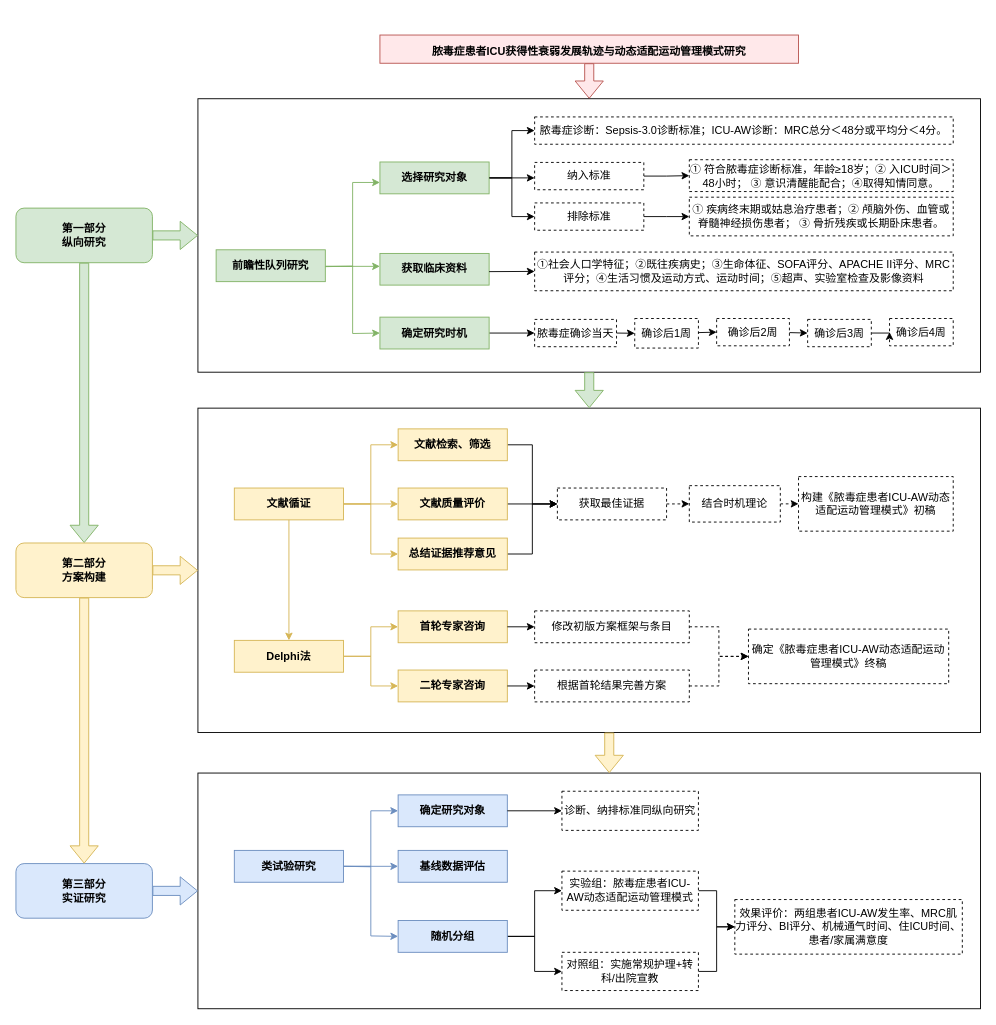
This is 架构图.drawio from p1o2p3u1/draw_io_diagram, a draw.io file, before an edit. Source tidied: cells renumbered, new cells numbered last; positions are measured from the earlier drawing's top-left corner, leaving out a move shared by most shapes. Both pictures are drawn from the tidied source at 91%, with x=0, y=0 at pixel (15, 35).
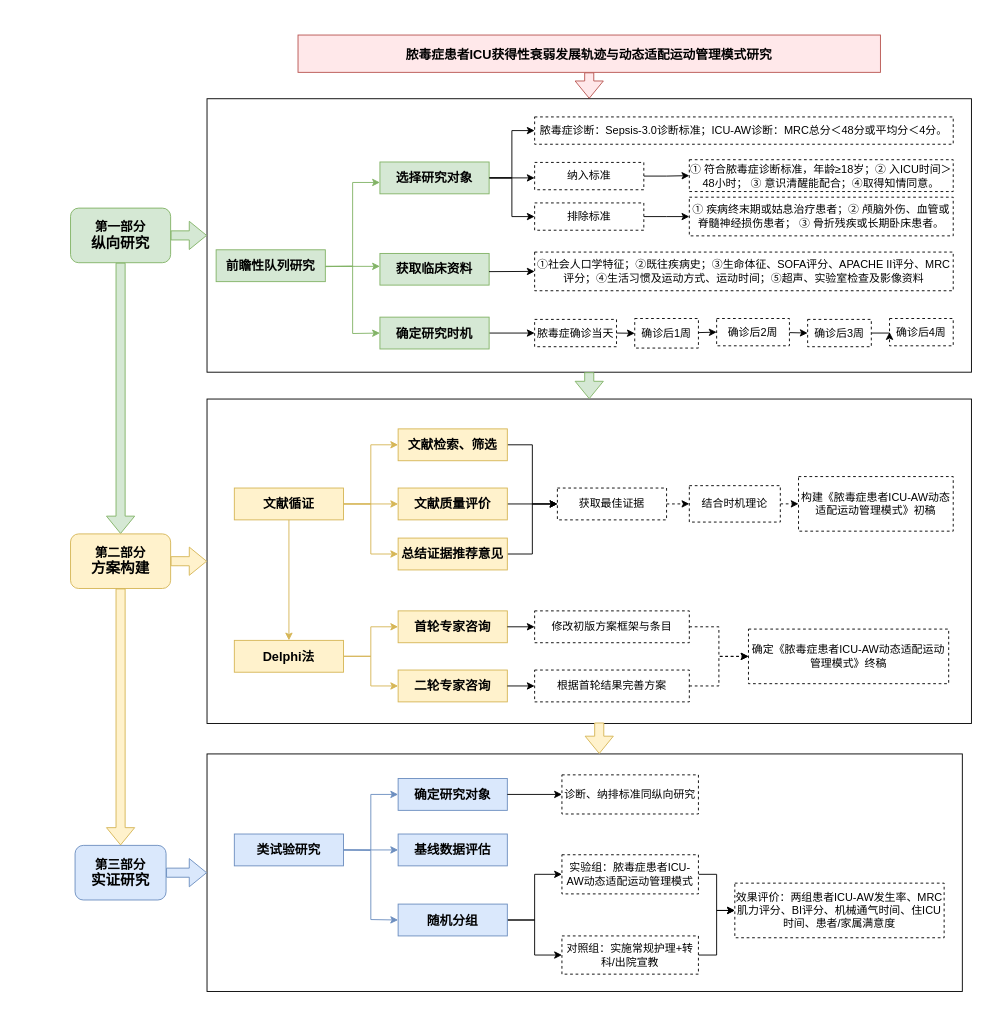
The same page after the edit.

Commit message:
更新架构图.drawio

What changed in the source:
```diff
@@
     <mxCell id="2" style="rounded=0;whiteSpace=wrap;html=1;" parent="1" vertex="1">
-      <mxGeometry x="200" y="811" width="860" height="259" as="geometry" />
+      <mxGeometry x="210" y="790" width="830" height="261" as="geometry" />
     </mxCell>
     <mxCell id="3" style="rounded=0;whiteSpace=wrap;html=1;" parent="1" vertex="1">
-      <mxGeometry x="200" y="410" width="860" height="356.5" as="geometry" />
+      <mxGeometry x="210" y="400" width="840" height="356.5" as="geometry" />
     </mxCell>
@@
     <mxCell id="5" style="rounded=0;whiteSpace=wrap;html=1;" parent="1" vertex="1">
-      <mxGeometry x="200" y="70" width="860" height="300.5" as="geometry" />
+      <mxGeometry x="210" y="70" width="840" height="300.5" as="geometry" />
     </mxCell>
-    <mxCell id="6" value="&lt;b&gt;第一部分&lt;/b&gt;&lt;div&gt;&lt;b&gt;纵向研究&lt;/b&gt;&lt;/div&gt;" style="rounded=1;whiteSpace=wrap;html=1;fillColor=#d5e8d4;strokeColor=#82b366;" parent="1" vertex="1">
-      <mxGeometry y="190.2" width="150" height="60" as="geometry" />
+    <mxCell id="6" value="&lt;b&gt;&lt;font style=&quot;font-size: 14px;&quot;&gt;第一部分&lt;/font&gt;&lt;/b&gt;&lt;div&gt;&lt;b&gt;&lt;font size=&quot;3&quot;&gt;纵向研究&lt;/font&gt;&lt;/b&gt;&lt;/div&gt;" style="rounded=1;whiteSpace=wrap;html=1;fillColor=#d5e8d4;strokeColor=#82b366;" parent="1" vertex="1">
+      <mxGeometry x="60" y="190.2" width="110" height="60" as="geometry" />
     </mxCell>
@@
-    <mxCell id="9" value="&lt;b&gt;前瞻性队列研究&lt;/b&gt;" style="rounded=0;whiteSpace=wrap;html=1;fillColor=#d5e8d4;strokeColor=#82b366;" parent="1" vertex="1">
+    <mxCell id="9" value="&lt;b&gt;&lt;font style=&quot;font-size: 14px;&quot;&gt;前瞻性队列研究&lt;/font&gt;&lt;/b&gt;" style="rounded=0;whiteSpace=wrap;html=1;fillColor=#d5e8d4;strokeColor=#82b366;" parent="1" vertex="1">
       <mxGeometry x="220" y="236" width="120" height="35" as="geometry" />
     </mxCell>
@@
-    <mxCell id="12" value="&lt;b&gt;选择研究对象&lt;/b&gt;" style="rounded=0;whiteSpace=wrap;html=1;fillColor=#d5e8d4;strokeColor=#82b366;" parent="1" vertex="1">
+    <mxCell id="12" value="&lt;b&gt;&lt;font style=&quot;font-size: 14px;&quot;&gt;选择研究对象&lt;/font&gt;&lt;/b&gt;" style="rounded=0;whiteSpace=wrap;html=1;fillColor=#d5e8d4;strokeColor=#82b366;" parent="1" vertex="1">
       <mxGeometry x="400" y="139.5" width="120" height="35" as="geometry" />
     </mxCell>
-    <mxCell id="13" value="&lt;b&gt;获取临床资料&lt;/b&gt;" style="rounded=0;whiteSpace=wrap;html=1;fillColor=#d5e8d4;strokeColor=#82b366;" parent="1" vertex="1">
+    <mxCell id="13" value="&lt;b&gt;&lt;font style=&quot;font-size: 14px;&quot;&gt;获取临床资料&lt;/font&gt;&lt;/b&gt;" style="rounded=0;whiteSpace=wrap;html=1;fillColor=#d5e8d4;strokeColor=#82b366;" parent="1" vertex="1">
       <mxGeometry x="400" y="240" width="120" height="34.8" as="geometry" />
     </mxCell>
@@
-    <mxCell id="15" value="&lt;b&gt;确定研究时机&lt;/b&gt;" style="rounded=0;whiteSpace=wrap;html=1;fillColor=#d5e8d4;strokeColor=#82b366;" parent="1" vertex="1">
+    <mxCell id="15" value="&lt;b&gt;&lt;font style=&quot;font-size: 14px;&quot;&gt;确定研究时机&lt;/font&gt;&lt;/b&gt;" style="rounded=0;whiteSpace=wrap;html=1;fillColor=#d5e8d4;strokeColor=#82b366;" parent="1" vertex="1">
       <mxGeometry x="400" y="310" width="120" height="35" as="geometry" />
     </mxCell>
@@
-    <mxCell id="17" value="&lt;b&gt;第二部分&lt;/b&gt;&lt;div&gt;&lt;b&gt;方案构建&lt;/b&gt;&lt;/div&gt;" style="rounded=1;whiteSpace=wrap;html=1;fillColor=#fff2cc;strokeColor=#d6b656;fillStyle=auto;" parent="1" vertex="1">
-      <mxGeometry y="558.2" width="150" height="60" as="geometry" />
+    <mxCell id="17" value="&lt;b&gt;&lt;font style=&quot;font-size: 14px;&quot;&gt;第二部分&lt;/font&gt;&lt;/b&gt;&lt;div&gt;&lt;b&gt;&lt;font size=&quot;3&quot;&gt;方案构建&lt;/font&gt;&lt;/b&gt;&lt;/div&gt;" style="rounded=1;whiteSpace=wrap;html=1;fillColor=#fff2cc;strokeColor=#d6b656;fillStyle=auto;" parent="1" vertex="1">
+      <mxGeometry x="60" y="548.2" width="110" height="60" as="geometry" />
     </mxCell>
@@
-    <mxCell id="21" value="&lt;b&gt;文献循证&lt;/b&gt;" style="rounded=0;whiteSpace=wrap;html=1;fillColor=#fff2cc;strokeColor=#d6b656;" parent="1" vertex="1">
+    <mxCell id="21" value="&lt;b&gt;&lt;font style=&quot;font-size: 14px;&quot;&gt;文献循证&lt;/font&gt;&lt;/b&gt;" style="rounded=0;whiteSpace=wrap;html=1;fillColor=#fff2cc;strokeColor=#d6b656;" parent="1" vertex="1">
       <mxGeometry x="240" y="497.8" width="120" height="35" as="geometry" />
     </mxCell>
@@
-    <mxCell id="23" value="&lt;b&gt;文献检索、筛选&lt;/b&gt;" style="rounded=0;whiteSpace=wrap;html=1;fillColor=#fff2cc;strokeColor=#d6b656;" parent="1" vertex="1">
+    <mxCell id="23" value="&lt;b&gt;&lt;font style=&quot;font-size: 14px;&quot;&gt;文献检索、筛选&lt;/font&gt;&lt;/b&gt;" style="rounded=0;whiteSpace=wrap;html=1;fillColor=#fff2cc;strokeColor=#d6b656;" parent="1" vertex="1">
       <mxGeometry x="420" y="432.8" width="120" height="35" as="geometry" />
     </mxCell>
@@
-    <mxCell id="25" value="&lt;b&gt;文献质量评价&lt;/b&gt;" style="rounded=0;whiteSpace=wrap;html=1;fillColor=#fff2cc;strokeColor=#d6b656;" parent="1" vertex="1">
+    <mxCell id="25" value="&lt;b&gt;&lt;font style=&quot;font-size: 14px;&quot;&gt;文献质量评价&lt;/font&gt;&lt;/b&gt;" style="rounded=0;whiteSpace=wrap;html=1;fillColor=#fff2cc;strokeColor=#d6b656;" parent="1" vertex="1">
       <mxGeometry x="420" y="497.8" width="120" height="35" as="geometry" />
     </mxCell>
@@
-    <mxCell id="27" value="&lt;b&gt;总结证据推荐意见&lt;/b&gt;" style="rounded=0;whiteSpace=wrap;html=1;fillColor=#fff2cc;strokeColor=#d6b656;" parent="1" vertex="1">
+    <mxCell id="27" value="&lt;b&gt;&lt;font style=&quot;font-size: 14px;&quot;&gt;总结证据推荐意见&lt;/font&gt;&lt;/b&gt;" style="rounded=0;whiteSpace=wrap;html=1;fillColor=#fff2cc;strokeColor=#d6b656;" parent="1" vertex="1">
       <mxGeometry x="420" y="552.8" width="120" height="35" as="geometry" />
     </mxCell>
@@
-    <mxCell id="30" value="&lt;b&gt;Delphi法&lt;/b&gt;" style="rounded=0;whiteSpace=wrap;html=1;fillColor=#fff2cc;strokeColor=#d6b656;" parent="1" vertex="1">
+    <mxCell id="30" value="&lt;b&gt;&lt;font style=&quot;font-size: 14px;&quot;&gt;Delphi法&lt;/font&gt;&lt;/b&gt;" style="rounded=0;whiteSpace=wrap;html=1;fillColor=#fff2cc;strokeColor=#d6b656;" parent="1" vertex="1">
       <mxGeometry x="240" y="665.2" width="120" height="35" as="geometry" />
     </mxCell>
-    <mxCell id="31" value="&lt;b&gt;首轮专家咨询&lt;/b&gt;" style="rounded=0;whiteSpace=wrap;html=1;fillColor=#fff2cc;strokeColor=#d6b656;" parent="1" vertex="1">
+    <mxCell id="31" value="&lt;b&gt;&lt;font style=&quot;font-size: 14px;&quot;&gt;首轮专家咨询&lt;/font&gt;&lt;/b&gt;" style="rounded=0;whiteSpace=wrap;html=1;fillColor=#fff2cc;strokeColor=#d6b656;" parent="1" vertex="1">
       <mxGeometry x="420" y="632.8" width="120" height="35" as="geometry" />
     </mxCell>
-    <mxCell id="32" value="&lt;b&gt;二轮专家咨询&lt;/b&gt;" style="rounded=0;whiteSpace=wrap;html=1;fillColor=#fff2cc;strokeColor=#d6b656;" parent="1" vertex="1">
+    <mxCell id="32" value="&lt;b&gt;&lt;font style=&quot;font-size: 14px;&quot;&gt;二轮专家咨询&lt;/font&gt;&lt;/b&gt;" style="rounded=0;whiteSpace=wrap;html=1;fillColor=#fff2cc;strokeColor=#d6b656;" parent="1" vertex="1">
       <mxGeometry x="420" y="697.8" width="120" height="35" as="geometry" />
     </mxCell>
@@
-    <mxCell id="34" value="&lt;b&gt;第三部分&lt;/b&gt;&lt;div&gt;&lt;b&gt;实证研究&lt;/b&gt;&lt;/div&gt;" style="rounded=1;whiteSpace=wrap;html=1;fillColor=#dae8fc;strokeColor=#6c8ebf;" parent="1" vertex="1">
-      <mxGeometry y="910.5" width="150" height="60" as="geometry" />
+    <mxCell id="34" value="&lt;b&gt;&lt;font style=&quot;font-size: 14px;&quot;&gt;第三部分&lt;/font&gt;&lt;/b&gt;&lt;div&gt;&lt;b&gt;&lt;font size=&quot;3&quot;&gt;实证研究&lt;/font&gt;&lt;/b&gt;&lt;/div&gt;" style="rounded=1;whiteSpace=wrap;html=1;fillColor=#dae8fc;strokeColor=#6c8ebf;" parent="1" vertex="1">
+      <mxGeometry x="65" y="890.5" width="100" height="60" as="geometry" />
     </mxCell>
@@
     <mxCell id="37" style="edgeStyle=orthogonalEdgeStyle;rounded=0;orthogonalLoop=1;jettySize=auto;html=1;entryX=0;entryY=0.5;entryDx=0;entryDy=0;fillColor=#dae8fc;strokeColor=#6c8ebf;" parent="1" edge="1">
       <mxGeometry relative="1" as="geometry">
-        <mxPoint x="360" y="913.5" as="sourcePoint" />
-        <mxPoint x="420" y="913.5" as="targetPoint" />
+        <mxPoint x="360" y="895.5" as="sourcePoint" />
+        <mxPoint x="420" y="895.5" as="targetPoint" />
       </mxGeometry>
     </mxCell>
-    <mxCell id="38" value="&lt;b&gt;类试验研究&lt;/b&gt;" style="rounded=0;whiteSpace=wrap;html=1;fillColor=#dae8fc;strokeColor=#6c8ebf;" parent="1" vertex="1">
-      <mxGeometry x="240" y="896" width="120" height="35" as="geometry" />
+    <mxCell id="38" value="&lt;b&gt;&lt;font style=&quot;font-size: 14px;&quot;&gt;类试验研究&lt;/font&gt;&lt;/b&gt;" style="rounded=0;whiteSpace=wrap;html=1;fillColor=#dae8fc;strokeColor=#6c8ebf;" parent="1" vertex="1">
+      <mxGeometry x="240" y="878" width="120" height="35" as="geometry" />
     </mxCell>
-    <mxCell id="39" value="&lt;b&gt;确定研究对象&lt;/b&gt;" style="rounded=0;whiteSpace=wrap;html=1;fillColor=#dae8fc;strokeColor=#6c8ebf;" parent="1" vertex="1">
-      <mxGeometry x="420" y="835" width="120" height="35" as="geometry" />
+    <mxCell id="39" value="&lt;b&gt;&lt;font style=&quot;font-size: 14px;&quot;&gt;确定研究对象&lt;/font&gt;&lt;/b&gt;" style="rounded=0;whiteSpace=wrap;html=1;fillColor=#dae8fc;strokeColor=#6c8ebf;" parent="1" vertex="1">
+      <mxGeometry x="420" y="817" width="120" height="35" as="geometry" />
     </mxCell>
-    <mxCell id="40" value="&lt;b&gt;基线数据评估&lt;/b&gt;" style="rounded=0;whiteSpace=wrap;html=1;fillColor=#dae8fc;strokeColor=#6c8ebf;" parent="1" vertex="1">
-      <mxGeometry x="420" y="896" width="120" height="35" as="geometry" />
+    <mxCell id="40" value="&lt;b&gt;&lt;font style=&quot;font-size: 14px;&quot;&gt;基线数据评估&lt;/font&gt;&lt;/b&gt;" style="rounded=0;whiteSpace=wrap;html=1;fillColor=#dae8fc;strokeColor=#6c8ebf;" parent="1" vertex="1">
+      <mxGeometry x="420" y="878" width="120" height="35" as="geometry" />
     </mxCell>
@@
-    <mxCell id="43" value="&lt;b&gt;随机分组&lt;/b&gt;" style="rounded=0;whiteSpace=wrap;html=1;fillColor=#dae8fc;strokeColor=#6c8ebf;" parent="1" vertex="1">
-      <mxGeometry x="420" y="973" width="120" height="35" as="geometry" />
+    <mxCell id="43" value="&lt;b&gt;&lt;font style=&quot;font-size: 14px;&quot;&gt;随机分组&lt;/font&gt;&lt;/b&gt;" style="rounded=0;whiteSpace=wrap;html=1;fillColor=#dae8fc;strokeColor=#6c8ebf;" parent="1" vertex="1">
+      <mxGeometry x="420" y="955" width="120" height="35" as="geometry" />
     </mxCell>
@@
     <mxCell id="45" value="实验组：脓毒症患者ICU-AW动态适配运动管理模式" style="rounded=0;whiteSpace=wrap;html=1;dashed=1;" parent="1" vertex="1">
-      <mxGeometry x="600" y="918.8" width="150" height="43" as="geometry" />
+      <mxGeometry x="600" y="900.8" width="150" height="43" as="geometry" />
     </mxCell>
@@
     <mxCell id="47" value="对照组：实施常规护理+转科/出院宣教" style="rounded=0;whiteSpace=wrap;html=1;dashed=1;" parent="1" vertex="1">
-      <mxGeometry x="600" y="1008" width="150" height="42" as="geometry" />
+      <mxGeometry x="600" y="990" width="150" height="42" as="geometry" />
     </mxCell>
     <mxCell id="48" value="效果评价：两组患者ICU-AW发生率、MRC肌力评分、BI评分、机械通气时间、住ICU时间、患者/家属满意度" style="rounded=0;whiteSpace=wrap;html=1;dashed=1;" parent="1" vertex="1">
-      <mxGeometry x="790" y="950" width="250" height="60" as="geometry" />
+      <mxGeometry x="790" y="932" width="230" height="60" as="geometry" />
     </mxCell>
@@
     <mxCell id="73" style="shape=flexArrow;endArrow=classic;html=1;rounded=0;exitX=0.5;exitY=1;exitDx=0;exitDy=0;fillColor=#fff2cc;strokeColor=#d6b656;" parent="1" edge="1">
       <mxGeometry relative="1" as="geometry">
-        <mxPoint x="652" y="766.5" as="sourcePoint" />
-        <mxPoint x="652" y="811" as="targetPoint" />
+        <mxPoint x="641" y="755.5" as="sourcePoint" />
+        <mxPoint x="641" y="790" as="targetPoint" />
       </mxGeometry>
     </mxCell>
-    <mxCell id="74" value="&lt;h2 style=&quot;margin-top: 13pt; margin-bottom: 13pt; break-after: avoid; line-height: 36.6933px; font-family: Arial;&quot; align=&quot;center&quot;&gt;&lt;font style=&quot;font-size: 12px;&quot;&gt;&lt;b style=&quot;&quot;&gt;&lt;font style=&quot;&quot; face=&quot;仿宋&quot;&gt;脓毒症患者&lt;/font&gt;ICU&lt;font style=&quot;&quot; face=&quot;仿宋&quot;&gt;获得性衰弱发展轨迹与动态适配运动管理模式&lt;/font&gt;&lt;/b&gt;&lt;b style=&quot;&quot;&gt;&lt;span style=&quot;font-family: &amp;quot;Times New Roman Regular&amp;quot;;&quot;&gt;&lt;font style=&quot;&quot; face=&quot;仿宋&quot;&gt;研究&lt;/font&gt;&lt;/span&gt;&lt;/b&gt;&lt;/font&gt;&lt;b style=&quot;font-size: 16pt;&quot;&gt;&lt;span style=&quot;font-family: &amp;quot;Times New Roman Regular&amp;quot;; font-size: 16pt;&quot;&gt;&lt;/span&gt;&lt;/b&gt;&lt;/h2&gt;" style="rounded=0;whiteSpace=wrap;html=1;fillColor=#FFE8EA;strokeColor=#b85450;" parent="1" vertex="1">
-      <mxGeometry x="400" width="460" height="31" as="geometry" />
+    <mxCell id="74" value="&lt;h2 style=&quot;margin-top: 13pt; margin-bottom: 13pt; break-after: avoid; line-height: 36.6933px; font-family: Arial;&quot; align=&quot;center&quot;&gt;&lt;font style=&quot;font-size: 14px;&quot;&gt;&lt;b style=&quot;&quot;&gt;&lt;font style=&quot;&quot; face=&quot;仿宋&quot;&gt;脓毒症患者&lt;/font&gt;ICU&lt;font style=&quot;&quot; face=&quot;仿宋&quot;&gt;获得性衰弱发展轨迹与动态适配运动管理模式&lt;/font&gt;&lt;/b&gt;&lt;b style=&quot;&quot;&gt;&lt;span style=&quot;font-family: &amp;quot;Times New Roman Regular&amp;quot;;&quot;&gt;&lt;font style=&quot;&quot; face=&quot;仿宋&quot;&gt;研究&lt;/font&gt;&lt;/span&gt;&lt;/b&gt;&lt;/font&gt;&lt;b style=&quot;font-size: 16pt;&quot;&gt;&lt;span style=&quot;font-family: &amp;quot;Times New Roman Regular&amp;quot;; font-size: 16pt;&quot;&gt;&lt;/span&gt;&lt;/b&gt;&lt;/h2&gt;" style="rounded=0;whiteSpace=wrap;html=1;fillColor=#FFE8EA;strokeColor=#b85450;" parent="1" vertex="1">
+      <mxGeometry x="310" width="640" height="41" as="geometry" />
     </mxCell>
@@
     <mxCell id="86" value="诊断、纳排标准同纵向研究" style="rounded=0;whiteSpace=wrap;html=1;dashed=1;" parent="1" vertex="1">
-      <mxGeometry x="600" y="831" width="150" height="43" as="geometry" />
+      <mxGeometry x="600" y="813" width="150" height="43" as="geometry" />
     </mxCell>
@@
     <mxCell id="88" style="endArrow=classic;html=1;rounded=0;exitX=1;exitY=0.5;exitDx=0;exitDy=0;entryX=0;entryY=0.5;entryDx=0;entryDy=0;fillColor=#dae8fc;strokeColor=#6c8ebf;" parent="1" edge="1" source="38" target="43">
       <mxGeometry relative="1" as="geometry">
         <Array as="points">
-          <mxPoint x="390" y="914" />
-          <mxPoint x="390" y="990" />
+          <mxPoint x="390" y="896" />
+          <mxPoint x="390" y="972" />
         </Array>
       </mxGeometry>
     </mxCell>
```
